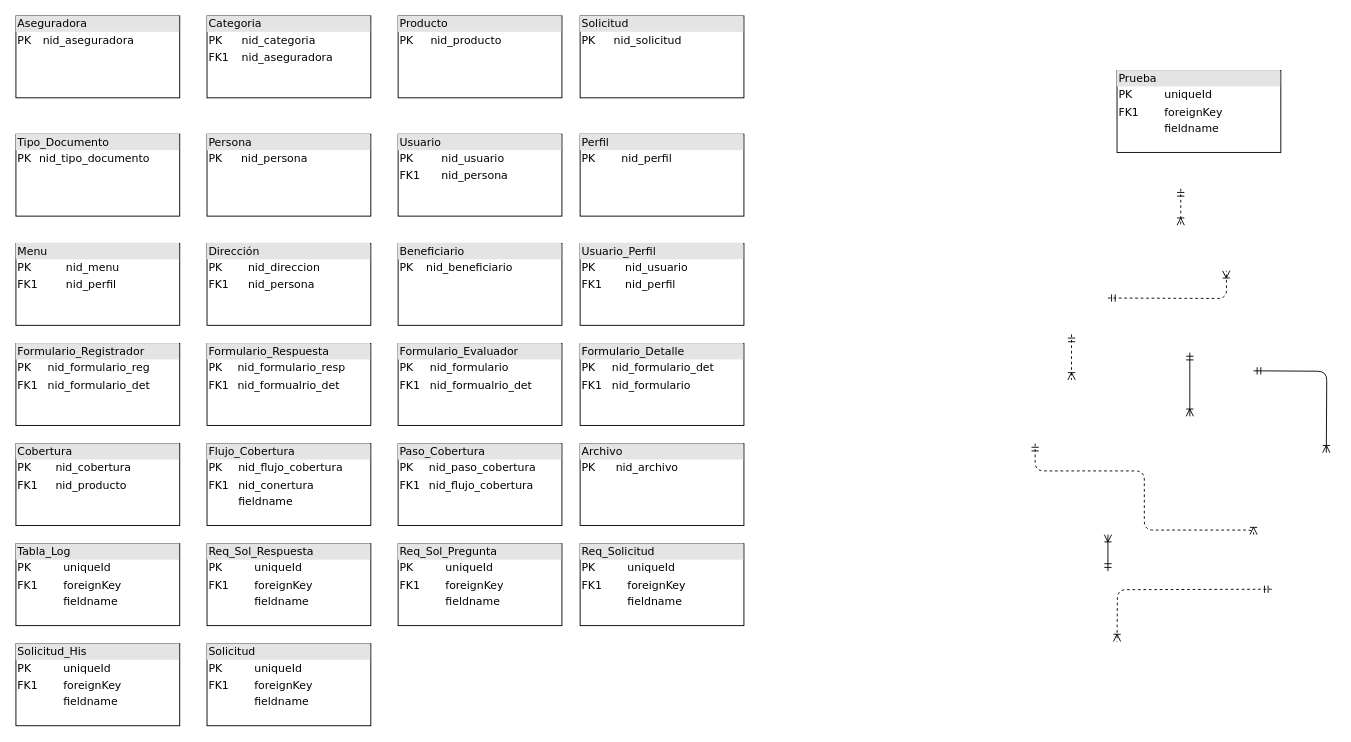
Above: SINIESTROS/Diagrama sin título.drawio in alejandroarceefitec/EFICTEC (draw.io), before the change. Source tidied: cells renumbered, new cells numbered last; positions are measured from the earlier drawing's top-left corner, leaving out a move shared by most shapes. Both pictures are drawn from the tidied source at 91%, with x=0, y=0 at pixel (15, 15).
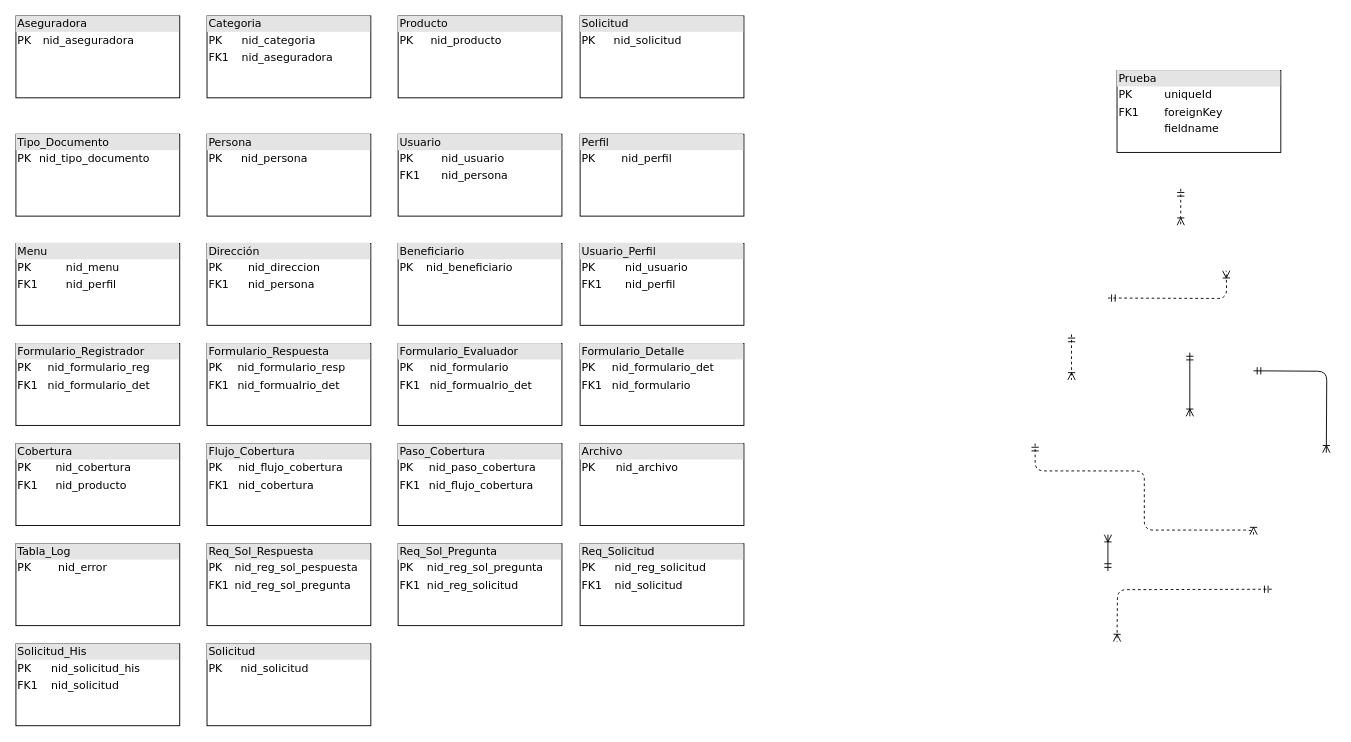
Above is the later version.

The edit, as a diff of the source:
```diff
@@
-    <mxCell id="28" value="&lt;div style=&quot;box-sizing: border-box ; width: 100% ; background: #e4e4e4 ; padding: 2px&quot;&gt;Flujo_Cobertura&lt;/div&gt;&lt;table style=&quot;width: 100% ; font-size: 1em&quot; cellpadding=&quot;2&quot; cellspacing=&quot;0&quot;&gt;&lt;tbody&gt;&lt;tr&gt;&lt;td&gt;PK&lt;/td&gt;&lt;td&gt;nid_flujo_cobertura&lt;/td&gt;&lt;/tr&gt;&lt;tr&gt;&lt;td&gt;FK1&lt;/td&gt;&lt;td&gt;nid_conertura&lt;/td&gt;&lt;/tr&gt;&lt;tr&gt;&lt;td&gt;&lt;/td&gt;&lt;td&gt;fieldname&lt;/td&gt;&lt;/tr&gt;&lt;/tbody&gt;&lt;/table&gt;" style="verticalAlign=top;align=left;overflow=fill;html=1;rounded=0;shadow=0;comic=0;labelBackgroundColor=none;strokeWidth=1;fontFamily=Verdana;fontSize=12;" parent="1" vertex="1">
+    <mxCell id="28" value="&lt;div style=&quot;box-sizing: border-box ; width: 100% ; background: #e4e4e4 ; padding: 2px&quot;&gt;Flujo_Cobertura&lt;/div&gt;&lt;table style=&quot;width: 100% ; font-size: 1em&quot; cellpadding=&quot;2&quot; cellspacing=&quot;0&quot;&gt;&lt;tbody&gt;&lt;tr&gt;&lt;td&gt;PK&lt;/td&gt;&lt;td&gt;nid_flujo_cobertura&lt;/td&gt;&lt;/tr&gt;&lt;tr&gt;&lt;td&gt;FK1&lt;/td&gt;&lt;td&gt;nid_cobertura&lt;br&gt;&lt;/td&gt;&lt;/tr&gt;&lt;tr&gt;&lt;td&gt;&lt;/td&gt;&lt;td&gt;&lt;br&gt;&lt;/td&gt;&lt;/tr&gt;&lt;/tbody&gt;&lt;/table&gt;" style="verticalAlign=top;align=left;overflow=fill;html=1;rounded=0;shadow=0;comic=0;labelBackgroundColor=none;strokeWidth=1;fontFamily=Verdana;fontSize=12;" parent="1" vertex="1">
       <mxGeometry x="210" y="470" width="180" height="90" as="geometry" />
     </mxCell>
@@
-    <mxCell id="31" value="&lt;div style=&quot;box-sizing: border-box ; width: 100% ; background: #e4e4e4 ; padding: 2px&quot;&gt;Tabla_Log&lt;/div&gt;&lt;table style=&quot;width: 100% ; font-size: 1em&quot; cellpadding=&quot;2&quot; cellspacing=&quot;0&quot;&gt;&lt;tbody&gt;&lt;tr&gt;&lt;td&gt;PK&lt;/td&gt;&lt;td&gt;uniqueId&lt;/td&gt;&lt;/tr&gt;&lt;tr&gt;&lt;td&gt;FK1&lt;/td&gt;&lt;td&gt;foreignKey&lt;/td&gt;&lt;/tr&gt;&lt;tr&gt;&lt;td&gt;&lt;/td&gt;&lt;td&gt;fieldname&lt;/td&gt;&lt;/tr&gt;&lt;/tbody&gt;&lt;/table&gt;" style="verticalAlign=top;align=left;overflow=fill;html=1;rounded=0;shadow=0;comic=0;labelBackgroundColor=none;strokeWidth=1;fontFamily=Verdana;fontSize=12;" parent="1" vertex="1">
+    <mxCell id="31" value="&lt;div style=&quot;box-sizing: border-box ; width: 100% ; background: #e4e4e4 ; padding: 2px&quot;&gt;Tabla_Log&lt;/div&gt;&lt;table style=&quot;width: 100% ; font-size: 1em&quot; cellpadding=&quot;2&quot; cellspacing=&quot;0&quot;&gt;&lt;tbody&gt;&lt;tr&gt;&lt;td&gt;PK&lt;/td&gt;&lt;td&gt;nid_error&lt;/td&gt;&lt;/tr&gt;&lt;tr&gt;&lt;td&gt;&lt;br&gt;&lt;/td&gt;&lt;td&gt;&lt;br&gt;&lt;/td&gt;&lt;/tr&gt;&lt;tr&gt;&lt;td&gt;&lt;/td&gt;&lt;td&gt;&lt;br&gt;&lt;/td&gt;&lt;/tr&gt;&lt;/tbody&gt;&lt;/table&gt;" style="verticalAlign=top;align=left;overflow=fill;html=1;rounded=0;shadow=0;comic=0;labelBackgroundColor=none;strokeWidth=1;fontFamily=Verdana;fontSize=12;" parent="1" vertex="1">
       <mxGeometry y="580" width="180" height="90" as="geometry" />
     </mxCell>
-    <mxCell id="32" value="&lt;div style=&quot;box-sizing: border-box ; width: 100% ; background: #e4e4e4 ; padding: 2px&quot;&gt;Req_Sol_Respuesta&lt;/div&gt;&lt;table style=&quot;width: 100% ; font-size: 1em&quot; cellpadding=&quot;2&quot; cellspacing=&quot;0&quot;&gt;&lt;tbody&gt;&lt;tr&gt;&lt;td&gt;PK&lt;/td&gt;&lt;td&gt;uniqueId&lt;/td&gt;&lt;/tr&gt;&lt;tr&gt;&lt;td&gt;FK1&lt;/td&gt;&lt;td&gt;foreignKey&lt;/td&gt;&lt;/tr&gt;&lt;tr&gt;&lt;td&gt;&lt;/td&gt;&lt;td&gt;fieldname&lt;/td&gt;&lt;/tr&gt;&lt;/tbody&gt;&lt;/table&gt;" style="verticalAlign=top;align=left;overflow=fill;html=1;rounded=0;shadow=0;comic=0;labelBackgroundColor=none;strokeWidth=1;fontFamily=Verdana;fontSize=12;" parent="1" vertex="1">
+    <mxCell id="32" value="&lt;div style=&quot;box-sizing: border-box ; width: 100% ; background: #e4e4e4 ; padding: 2px&quot;&gt;Req_Sol_Respuesta&lt;/div&gt;&lt;table style=&quot;width: 100% ; font-size: 1em&quot; cellpadding=&quot;2&quot; cellspacing=&quot;0&quot;&gt;&lt;tbody&gt;&lt;tr&gt;&lt;td&gt;PK&lt;/td&gt;&lt;td&gt;nid_reg_sol_pespuesta&lt;/td&gt;&lt;/tr&gt;&lt;tr&gt;&lt;td&gt;FK1&lt;/td&gt;&lt;td&gt;nid_reg_sol_pregunta&lt;br&gt;&lt;/td&gt;&lt;/tr&gt;&lt;tr&gt;&lt;td&gt;&lt;/td&gt;&lt;td&gt;&lt;br&gt;&lt;/td&gt;&lt;/tr&gt;&lt;/tbody&gt;&lt;/table&gt;" style="verticalAlign=top;align=left;overflow=fill;html=1;rounded=0;shadow=0;comic=0;labelBackgroundColor=none;strokeWidth=1;fontFamily=Verdana;fontSize=12;" parent="1" vertex="1">
       <mxGeometry x="210" y="580" width="180" height="90" as="geometry" />
     </mxCell>
-    <mxCell id="33" value="&lt;div style=&quot;box-sizing: border-box ; width: 100% ; background: #e4e4e4 ; padding: 2px&quot;&gt;Req_Sol_Pregunta&lt;/div&gt;&lt;table style=&quot;width: 100% ; font-size: 1em&quot; cellpadding=&quot;2&quot; cellspacing=&quot;0&quot;&gt;&lt;tbody&gt;&lt;tr&gt;&lt;td&gt;PK&lt;/td&gt;&lt;td&gt;uniqueId&lt;/td&gt;&lt;/tr&gt;&lt;tr&gt;&lt;td&gt;FK1&lt;/td&gt;&lt;td&gt;foreignKey&lt;/td&gt;&lt;/tr&gt;&lt;tr&gt;&lt;td&gt;&lt;/td&gt;&lt;td&gt;fieldname&lt;/td&gt;&lt;/tr&gt;&lt;/tbody&gt;&lt;/table&gt;" style="verticalAlign=top;align=left;overflow=fill;html=1;rounded=0;shadow=0;comic=0;labelBackgroundColor=none;strokeWidth=1;fontFamily=Verdana;fontSize=12;" parent="1" vertex="1">
+    <mxCell id="33" value="&lt;div style=&quot;box-sizing: border-box ; width: 100% ; background: #e4e4e4 ; padding: 2px&quot;&gt;Req_Sol_Pregunta&lt;/div&gt;&lt;table style=&quot;width: 100% ; font-size: 1em&quot; cellpadding=&quot;2&quot; cellspacing=&quot;0&quot;&gt;&lt;tbody&gt;&lt;tr&gt;&lt;td&gt;PK&lt;/td&gt;&lt;td&gt;nid_reg_sol_pregunta&lt;/td&gt;&lt;/tr&gt;&lt;tr&gt;&lt;td&gt;FK1&lt;/td&gt;&lt;td&gt;nid_reg_solicitud&lt;/td&gt;&lt;/tr&gt;&lt;tr&gt;&lt;td&gt;&lt;/td&gt;&lt;td&gt;&lt;br&gt;&lt;/td&gt;&lt;/tr&gt;&lt;/tbody&gt;&lt;/table&gt;" style="verticalAlign=top;align=left;overflow=fill;html=1;rounded=0;shadow=0;comic=0;labelBackgroundColor=none;strokeWidth=1;fontFamily=Verdana;fontSize=12;" parent="1" vertex="1">
       <mxGeometry x="420" y="580" width="180" height="90" as="geometry" />
     </mxCell>
-    <mxCell id="34" value="&lt;div style=&quot;box-sizing: border-box ; width: 100% ; background: #e4e4e4 ; padding: 2px&quot;&gt;Req_Solicitud&lt;/div&gt;&lt;table style=&quot;width: 100% ; font-size: 1em&quot; cellpadding=&quot;2&quot; cellspacing=&quot;0&quot;&gt;&lt;tbody&gt;&lt;tr&gt;&lt;td&gt;PK&lt;/td&gt;&lt;td&gt;uniqueId&lt;/td&gt;&lt;/tr&gt;&lt;tr&gt;&lt;td&gt;FK1&lt;/td&gt;&lt;td&gt;foreignKey&lt;/td&gt;&lt;/tr&gt;&lt;tr&gt;&lt;td&gt;&lt;/td&gt;&lt;td&gt;fieldname&lt;/td&gt;&lt;/tr&gt;&lt;/tbody&gt;&lt;/table&gt;" style="verticalAlign=top;align=left;overflow=fill;html=1;rounded=0;shadow=0;comic=0;labelBackgroundColor=none;strokeWidth=1;fontFamily=Verdana;fontSize=12;" parent="1" vertex="1">
+    <mxCell id="34" value="&lt;div style=&quot;box-sizing: border-box ; width: 100% ; background: #e4e4e4 ; padding: 2px&quot;&gt;Req_Solicitud&lt;/div&gt;&lt;table style=&quot;width: 100% ; font-size: 1em&quot; cellpadding=&quot;2&quot; cellspacing=&quot;0&quot;&gt;&lt;tbody&gt;&lt;tr&gt;&lt;td&gt;PK&lt;/td&gt;&lt;td&gt;nid_reg_solicitud&lt;/td&gt;&lt;/tr&gt;&lt;tr&gt;&lt;td&gt;FK1&lt;/td&gt;&lt;td&gt;nid_solicitud&lt;/td&gt;&lt;/tr&gt;&lt;tr&gt;&lt;td&gt;&lt;/td&gt;&lt;td&gt;&lt;br&gt;&lt;/td&gt;&lt;/tr&gt;&lt;/tbody&gt;&lt;/table&gt;" style="verticalAlign=top;align=left;overflow=fill;html=1;rounded=0;shadow=0;comic=0;labelBackgroundColor=none;strokeWidth=1;fontFamily=Verdana;fontSize=12;" parent="1" vertex="1">
       <mxGeometry x="620" y="580" width="180" height="90" as="geometry" />
     </mxCell>
-    <mxCell id="35" value="&lt;div style=&quot;box-sizing: border-box ; width: 100% ; background: #e4e4e4 ; padding: 2px&quot;&gt;Solicitud_His&lt;/div&gt;&lt;table style=&quot;width: 100% ; font-size: 1em&quot; cellpadding=&quot;2&quot; cellspacing=&quot;0&quot;&gt;&lt;tbody&gt;&lt;tr&gt;&lt;td&gt;PK&lt;/td&gt;&lt;td&gt;uniqueId&lt;/td&gt;&lt;/tr&gt;&lt;tr&gt;&lt;td&gt;FK1&lt;/td&gt;&lt;td&gt;foreignKey&lt;/td&gt;&lt;/tr&gt;&lt;tr&gt;&lt;td&gt;&lt;/td&gt;&lt;td&gt;fieldname&lt;/td&gt;&lt;/tr&gt;&lt;/tbody&gt;&lt;/table&gt;" style="verticalAlign=top;align=left;overflow=fill;html=1;rounded=0;shadow=0;comic=0;labelBackgroundColor=none;strokeWidth=1;fontFamily=Verdana;fontSize=12;" parent="1" vertex="1">
+    <mxCell id="35" value="&lt;div style=&quot;box-sizing: border-box ; width: 100% ; background: #e4e4e4 ; padding: 2px&quot;&gt;Solicitud_His&lt;/div&gt;&lt;table style=&quot;width: 100% ; font-size: 1em&quot; cellpadding=&quot;2&quot; cellspacing=&quot;0&quot;&gt;&lt;tbody&gt;&lt;tr&gt;&lt;td&gt;PK&lt;/td&gt;&lt;td&gt;nid_solicitud_his&lt;/td&gt;&lt;/tr&gt;&lt;tr&gt;&lt;td&gt;FK1&lt;/td&gt;&lt;td&gt;nid_solicitud&lt;br&gt;&lt;/td&gt;&lt;/tr&gt;&lt;tr&gt;&lt;td&gt;&lt;/td&gt;&lt;td&gt;&lt;br&gt;&lt;/td&gt;&lt;/tr&gt;&lt;/tbody&gt;&lt;/table&gt;" style="verticalAlign=top;align=left;overflow=fill;html=1;rounded=0;shadow=0;comic=0;labelBackgroundColor=none;strokeWidth=1;fontFamily=Verdana;fontSize=12;" parent="1" vertex="1">
       <mxGeometry y="690" width="180" height="90" as="geometry" />
     </mxCell>
-    <mxCell id="36" value="&lt;div style=&quot;box-sizing: border-box ; width: 100% ; background: #e4e4e4 ; padding: 2px&quot;&gt;Solicitud&lt;/div&gt;&lt;table style=&quot;width: 100% ; font-size: 1em&quot; cellpadding=&quot;2&quot; cellspacing=&quot;0&quot;&gt;&lt;tbody&gt;&lt;tr&gt;&lt;td&gt;PK&lt;/td&gt;&lt;td&gt;uniqueId&lt;/td&gt;&lt;/tr&gt;&lt;tr&gt;&lt;td&gt;FK1&lt;/td&gt;&lt;td&gt;foreignKey&lt;/td&gt;&lt;/tr&gt;&lt;tr&gt;&lt;td&gt;&lt;/td&gt;&lt;td&gt;fieldname&lt;/td&gt;&lt;/tr&gt;&lt;/tbody&gt;&lt;/table&gt;" style="verticalAlign=top;align=left;overflow=fill;html=1;rounded=0;shadow=0;comic=0;labelBackgroundColor=none;strokeWidth=1;fontFamily=Verdana;fontSize=12;" parent="1" vertex="1">
+    <mxCell id="36" value="&lt;div style=&quot;box-sizing: border-box ; width: 100% ; background: #e4e4e4 ; padding: 2px&quot;&gt;Solicitud&lt;/div&gt;&lt;table style=&quot;width: 100% ; font-size: 1em&quot; cellpadding=&quot;2&quot; cellspacing=&quot;0&quot;&gt;&lt;tbody&gt;&lt;tr&gt;&lt;td&gt;PK&lt;/td&gt;&lt;td&gt;nid_solicitud&lt;/td&gt;&lt;/tr&gt;&lt;tr&gt;&lt;td&gt;&lt;br&gt;&lt;/td&gt;&lt;td&gt;&lt;br&gt;&lt;/td&gt;&lt;/tr&gt;&lt;tr&gt;&lt;td&gt;&lt;/td&gt;&lt;td&gt;&lt;br&gt;&lt;/td&gt;&lt;/tr&gt;&lt;/tbody&gt;&lt;/table&gt;" style="verticalAlign=top;align=left;overflow=fill;html=1;rounded=0;shadow=0;comic=0;labelBackgroundColor=none;strokeWidth=1;fontFamily=Verdana;fontSize=12;" parent="1" vertex="1">
       <mxGeometry x="210" y="690" width="180" height="90" as="geometry" />
     </mxCell>
```
